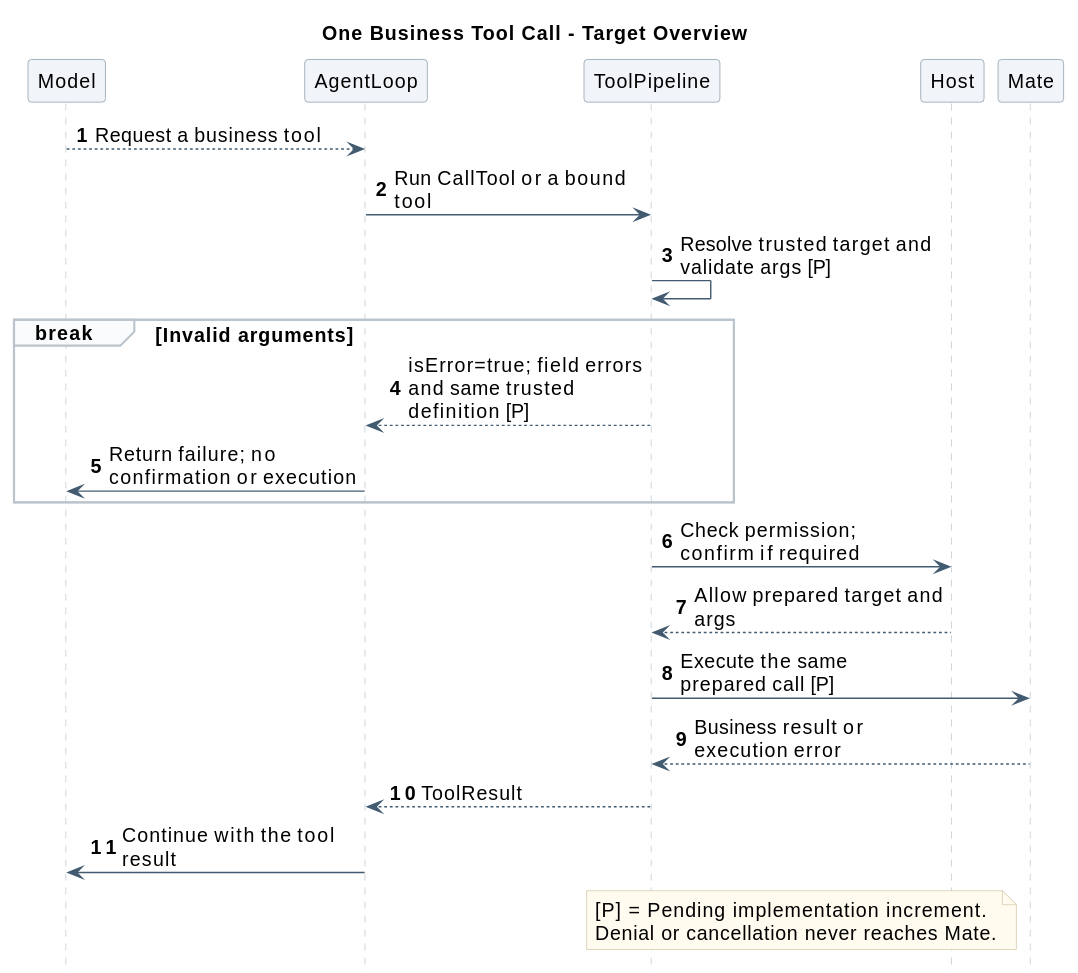
Above: 01-总体架构/02-CampusClaw工具系统/tool_invocation_pipeline.svg in ssm0808/pi-mono-java-design (PlantUML), before the change.
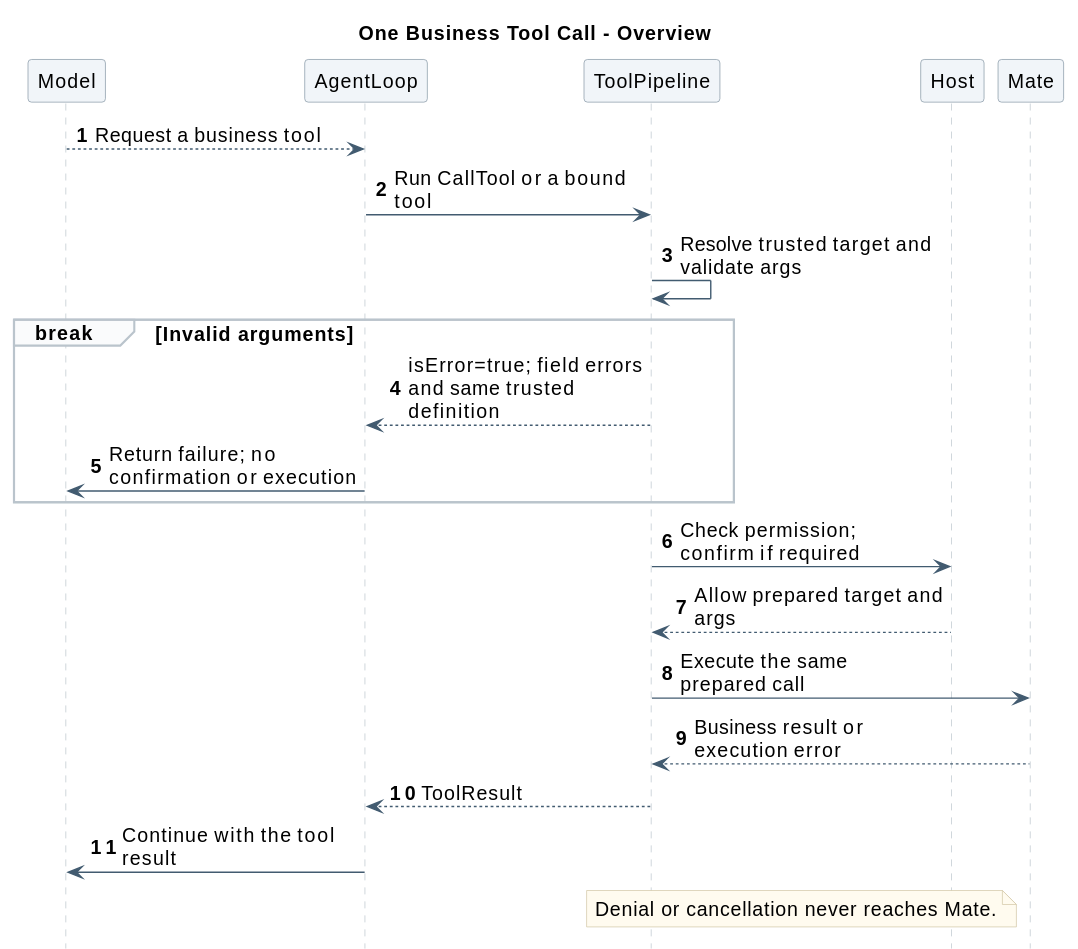
The same file after the commit.

What changed in the source:
```diff
@@ -16,7 +16,7 @@
 hide footbox
 autonumber
 
-title One Business Tool Call - Target Overview
+title One Business Tool Call - Overview
 participant Model
 participant AgentLoop as Loop
 participant ToolPipeline as Pipeline
@@ -24,19 +24,18 @@
 participant Mate
 Model --> Loop : Request a business tool
 Loop -> Pipeline : Run CallTool or a bound tool
-Pipeline -> Pipeline : Resolve trusted target and validate args [P]
+Pipeline -> Pipeline : Resolve trusted target and validate args
 break Invalid arguments
-  Pipeline --> Loop : isError=true; field errors\nand same trusted definition [P]
+  Pipeline --> Loop : isError=true; field errors\nand same trusted definition
   Loop -> Model : Return failure; no confirmation or execution
 end
 Pipeline -> Host : Check permission; confirm if required
 Host --> Pipeline : Allow prepared target and args
-Pipeline -> Mate : Execute the same prepared call [P]
+Pipeline -> Mate : Execute the same prepared call
 Mate --> Pipeline : Business result or execution error
 Pipeline --> Loop : ToolResult
 Loop -> Model : Continue with the tool result
 note over Pipeline,Host
-  [P] = Pending implementation increment.
   Denial or cancellation never reaches Mate.
 end note
 @enduml
```
